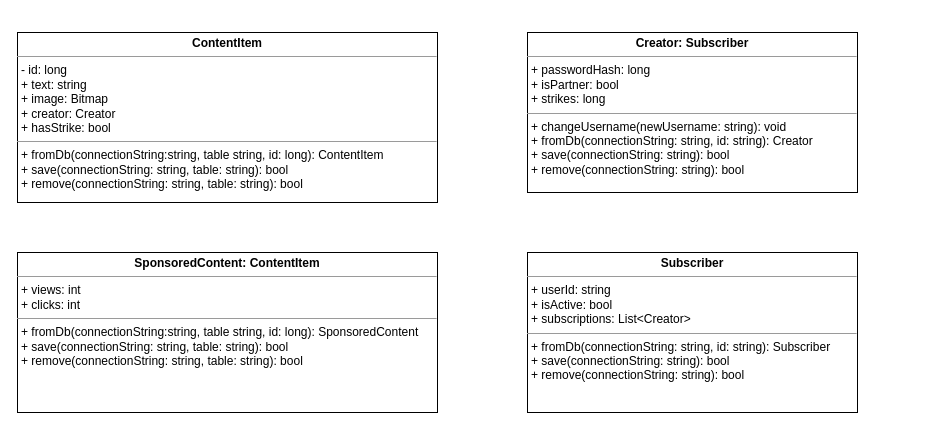
ankokovin/DevGAG-econ-law- keeps this draw.io diagram as econ/cetin/diagrams/class.drawio. Above is the earlier version. Source tidied: cells renumbered, new cells numbered last; positions are measured from the earlier drawing's top-left corner, leaving out a move shared by most shapes. Both pictures are drawn from the tidied source at 100%, with x=0, y=0 at pixel (17, 32).
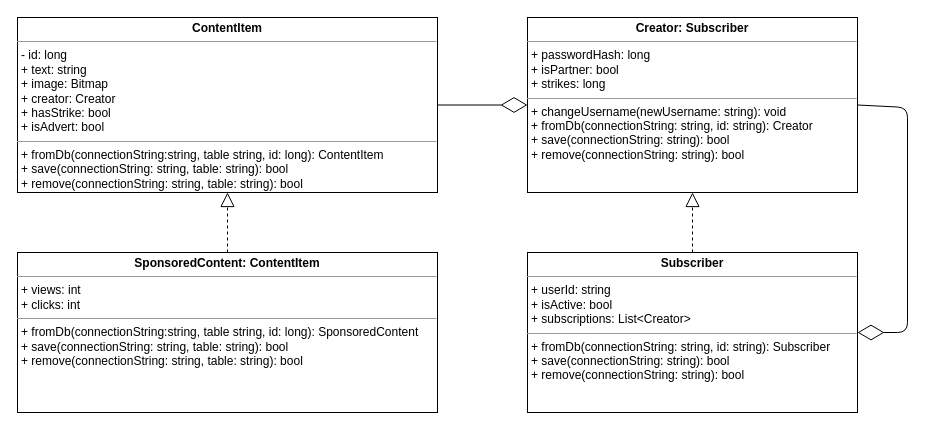
The same diagram, later.

What changed in the source:
```diff
@@
 <mxGraphModel background="#ffffff">
   <root>
     <mxCell id="0" />
     <mxCell id="1" parent="0" />
-    <mxCell id="2" value="&lt;p style=&quot;margin: 0px ; margin-top: 4px ; text-align: center&quot;&gt;&lt;b&gt;ContentItem&lt;/b&gt;&lt;/p&gt;&lt;hr size=&quot;1&quot;&gt;&lt;p style=&quot;margin: 0px ; margin-left: 4px&quot;&gt;- id: long&lt;br&gt;&lt;/p&gt;&lt;p style=&quot;margin: 0px ; margin-left: 4px&quot;&gt;+ text: string&lt;/p&gt;&lt;p style=&quot;margin: 0px ; margin-left: 4px&quot;&gt;+ image: Bitmap&lt;/p&gt;&lt;p style=&quot;margin: 0px ; margin-left: 4px&quot;&gt;+ creator: Creator&lt;/p&gt;&lt;p style=&quot;margin: 0px ; margin-left: 4px&quot;&gt;+ hasStrike: bool&lt;/p&gt;&lt;hr size=&quot;1&quot;&gt;&lt;p style=&quot;margin: 0px ; margin-left: 4px&quot;&gt;+ fromDb(connectionString:string, table string, id: long): ContentItem&lt;/p&gt;&lt;p style=&quot;margin: 0px ; margin-left: 4px&quot;&gt;+ save(connectionString: string, table: string): bool&lt;/p&gt;&lt;p style=&quot;margin: 0px ; margin-left: 4px&quot;&gt;+ remove(connectionString: string, table: string): bool&lt;/p&gt;" style="verticalAlign=top;align=left;overflow=fill;fontSize=12;fontFamily=Helvetica;html=1;" parent="1" vertex="1">
-      <mxGeometry width="420" height="170" as="geometry" />
+    <mxCell id="2" value="&lt;p style=&quot;margin: 0px ; margin-top: 4px ; text-align: center&quot;&gt;&lt;b&gt;ContentItem&lt;/b&gt;&lt;/p&gt;&lt;hr size=&quot;1&quot;&gt;&lt;p style=&quot;margin: 0px ; margin-left: 4px&quot;&gt;- id: long&lt;br&gt;&lt;/p&gt;&lt;p style=&quot;margin: 0px ; margin-left: 4px&quot;&gt;+ text: string&lt;/p&gt;&lt;p style=&quot;margin: 0px ; margin-left: 4px&quot;&gt;+ image: Bitmap&lt;/p&gt;&lt;p style=&quot;margin: 0px ; margin-left: 4px&quot;&gt;+ creator: Creator&lt;/p&gt;&lt;p style=&quot;margin: 0px ; margin-left: 4px&quot;&gt;+ hasStrike: bool&lt;/p&gt;&lt;p style=&quot;margin: 0px ; margin-left: 4px&quot;&gt;+ isAdvert: bool&lt;br&gt;&lt;/p&gt;&lt;hr size=&quot;1&quot;&gt;&lt;p style=&quot;margin: 0px ; margin-left: 4px&quot;&gt;+ fromDb(connectionString:string, table string, id: long): ContentItem&lt;/p&gt;&lt;p style=&quot;margin: 0px ; margin-left: 4px&quot;&gt;+ save(connectionString: string, table: string): bool&lt;/p&gt;&lt;p style=&quot;margin: 0px ; margin-left: 4px&quot;&gt;+ remove(connectionString: string, table: string): bool&lt;/p&gt;" style="verticalAlign=top;align=left;overflow=fill;fontSize=12;fontFamily=Helvetica;html=1;" parent="1" vertex="1">
+      <mxGeometry y="-15" width="420" height="175" as="geometry" />
     </mxCell>
     <mxCell id="3" value="&lt;p style=&quot;margin: 0px ; margin-top: 4px ; text-align: center&quot;&gt;&lt;b&gt;Creator: Subscriber&lt;br&gt;&lt;/b&gt;&lt;/p&gt;&lt;hr size=&quot;1&quot;&gt;&lt;p style=&quot;margin: 0px ; margin-left: 4px&quot;&gt;+ passwordHash: long&lt;/p&gt;&lt;p style=&quot;margin: 0px ; margin-left: 4px&quot;&gt;+ isPartner: bool&lt;br&gt;&lt;/p&gt;&lt;p style=&quot;margin: 0px ; margin-left: 4px&quot;&gt;+ strikes: long&lt;br&gt;&lt;/p&gt;&lt;hr size=&quot;1&quot;&gt;&lt;p style=&quot;margin: 0px ; margin-left: 4px&quot;&gt;+ changeUsername(newUsername: string): void&lt;br&gt;&lt;/p&gt;&lt;p style=&quot;margin: 0px ; margin-left: 4px&quot;&gt; + fromDb(connectionString: string, id: string): Creator&lt;/p&gt;&lt;p style=&quot;margin: 0px ; margin-left: 4px&quot;&gt;+ save(connectionString: string): bool&lt;br&gt;&lt;/p&gt;&lt;p style=&quot;margin: 0px ; margin-left: 4px&quot;&gt;+ remove(connectionString: string): bool&lt;br&gt;&lt;/p&gt;" style="verticalAlign=top;align=left;overflow=fill;fontSize=12;fontFamily=Helvetica;html=1;" parent="1" vertex="1">
-      <mxGeometry x="510" width="330" height="160" as="geometry" />
+      <mxGeometry x="510" y="-15" width="330" height="175" as="geometry" />
     </mxCell>
     <mxCell id="4" value="&lt;p style=&quot;margin: 0px ; margin-top: 4px ; text-align: center&quot;&gt;&lt;b&gt;Subscriber&lt;/b&gt;&lt;/p&gt;&lt;hr size=&quot;1&quot;&gt;&lt;p style=&quot;margin: 0px ; margin-left: 4px&quot;&gt;+ userId: string&lt;/p&gt;&lt;p style=&quot;margin: 0px ; margin-left: 4px&quot;&gt;+ isActive: bool&lt;/p&gt;&lt;p style=&quot;margin: 0px ; margin-left: 4px&quot;&gt;+ subscriptions: List&amp;lt;Creator&amp;gt;&lt;/p&gt;&lt;hr size=&quot;1&quot;&gt;&lt;p style=&quot;margin: 0px ; margin-left: 4px&quot;&gt;+ fromDb(connectionString: string, id: string): Subscriber&lt;/p&gt;&lt;p style=&quot;margin: 0px ; margin-left: 4px&quot;&gt;+ save(connectionString: string): bool&lt;/p&gt;&lt;p style=&quot;margin: 0px ; margin-left: 4px&quot;&gt;+ remove(connectionString: string): bool&lt;/p&gt;" style="verticalAlign=top;align=left;overflow=fill;fontSize=12;fontFamily=Helvetica;html=1;" parent="1" vertex="1">
       <mxGeometry x="510" y="220" width="330" height="160" as="geometry" />
     </mxCell>
     <mxCell id="5" value="&lt;p style=&quot;margin: 0px ; margin-top: 4px ; text-align: center&quot;&gt;&lt;b&gt;SponsoredContent: ContentItem&lt;br&gt;&lt;/b&gt;&lt;/p&gt;&lt;hr size=&quot;1&quot;&gt;&lt;p style=&quot;margin: 0px ; margin-left: 4px&quot;&gt;+ views: int&lt;/p&gt;&lt;p style=&quot;margin: 0px ; margin-left: 4px&quot;&gt;+ clicks: int&lt;/p&gt;&lt;hr size=&quot;1&quot;&gt;&lt;p style=&quot;margin: 0px ; margin-left: 4px&quot;&gt;&lt;span&gt;+ fromDb(connectionString:string, table string, id: long): SponsoredContent&lt;/span&gt;&lt;br&gt;&lt;span&gt;+ save(connectionString: string, table: string): bool&lt;/span&gt;&lt;br&gt;&lt;span&gt;+ remove(connectionString: string, table: string): bool&lt;/span&gt;&lt;/p&gt;" style="verticalAlign=top;align=left;overflow=fill;fontSize=12;fontFamily=Helvetica;html=1;" parent="1" vertex="1">
       <mxGeometry y="220" width="420" height="160" as="geometry" />
     </mxCell>
+    <mxCell id="6" style="endArrow=block;dashed=1;endFill=0;endSize=12;html=1;entryX=0.5;entryY=1;entryDx=0;entryDy=0;exitX=0.5;exitY=0;exitDx=0;exitDy=0;" parent="1" edge="1" source="4" target="3">
+      <mxGeometry relative="1" as="geometry" />
+    </mxCell>
+    <mxCell id="7" style="endArrow=block;dashed=1;endFill=0;endSize=12;html=1;exitX=0.5;exitY=0;exitDx=0;exitDy=0;entryX=0.5;entryY=1;entryDx=0;entryDy=0;" parent="1" edge="1" source="5" target="2">
+      <mxGeometry relative="1" as="geometry" />
+    </mxCell>
+    <mxCell id="8" style="endArrow=diamondThin;endFill=0;endSize=24;html=1;entryX=1;entryY=0.5;entryDx=0;entryDy=0;exitX=1;exitY=0.5;exitDx=0;exitDy=0;" parent="1" edge="1" source="3" target="4">
+      <mxGeometry relative="1" as="geometry">
+        <Array as="points">
+          <mxPoint x="890" y="75" />
+          <mxPoint x="890" y="300" />
+        </Array>
+      </mxGeometry>
+    </mxCell>
+    <mxCell id="9" style="endArrow=diamondThin;endFill=0;endSize=24;html=1;entryX=0;entryY=0.5;entryDx=0;entryDy=0;exitX=1;exitY=0.5;exitDx=0;exitDy=0;" parent="1" edge="1" source="2" target="3">
+      <mxGeometry relative="1" as="geometry" />
+    </mxCell>
   </root>
 </mxGraphModel>
```
